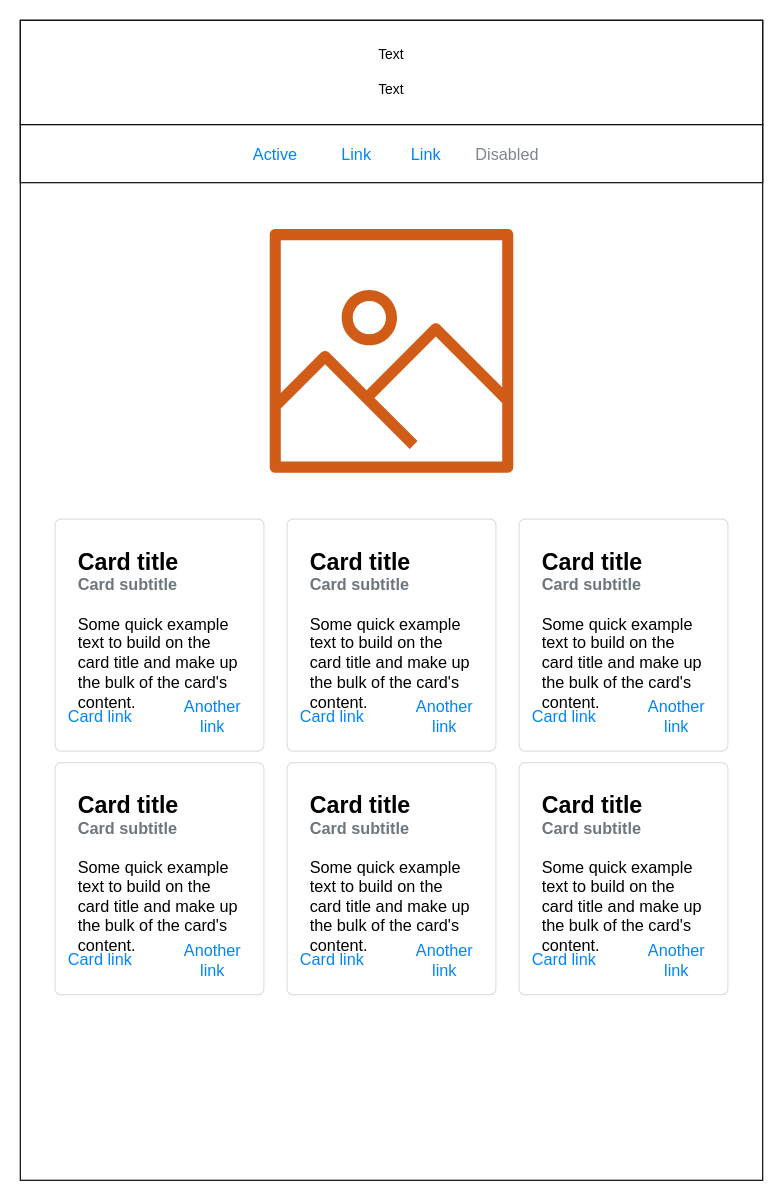
Earlier version of the draw.io diagram resto.drawio (JColin-dev/resto). Source tidied: cells renumbered, new cells numbered last; positions are measured from the earlier drawing's top-left corner, leaving out a move shared by most shapes. Both pictures are drawn from the tidied source at 116%, with x=0, y=0 at pixel (20, 20).
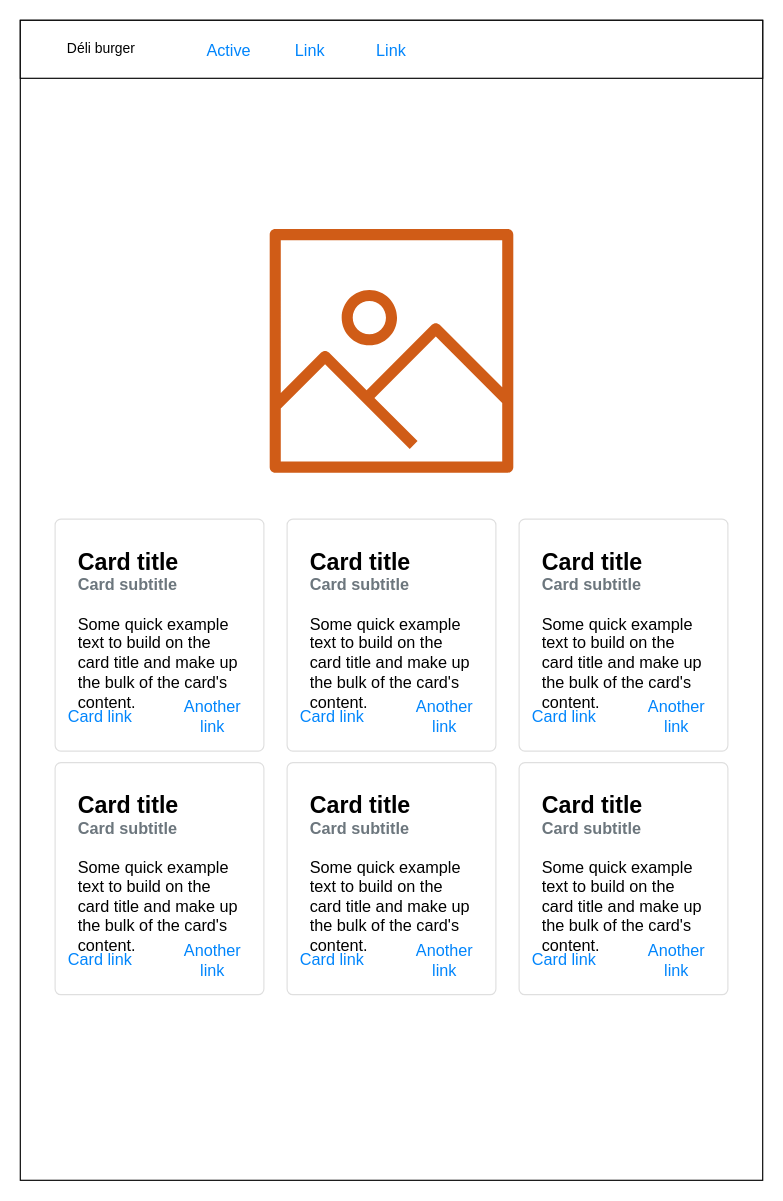
The same diagram, later.

What changed in the source:
```diff
@@
-    <mxCell id="3" style="rounded=0;whiteSpace=wrap;html=1;" parent="1" vertex="1">
-      <mxGeometry width="640" height="90" as="geometry" />
-    </mxCell>
-    <mxCell id="4" value="Text" style="text;html=1;strokeColor=none;fillColor=none;align=center;verticalAlign=middle;whiteSpace=wrap;rounded=0;" parent="1" vertex="1">
-      <mxGeometry x="300" y="20" width="40" height="20" as="geometry" />
-    </mxCell>
-    <mxCell id="5" value="Text" style="text;html=1;strokeColor=none;fillColor=none;align=center;verticalAlign=middle;whiteSpace=wrap;rounded=0;" parent="1" vertex="1">
-      <mxGeometry x="300" y="50" width="40" height="20" as="geometry" />
-    </mxCell>
     <mxCell id="6" style="rounded=0;whiteSpace=wrap;html=1;" parent="1" vertex="1">
-      <mxGeometry y="90" width="640" height="50" as="geometry" />
+      <mxGeometry width="640" height="50" as="geometry" />
     </mxCell>
     <mxCell id="7" value="Active" style="fillColor=none;strokeColor=none;fontSize=14;fontColor=#0085FC;" parent="1" vertex="1">
-      <mxGeometry x="180" y="100" width="80" height="30" as="geometry" />
+      <mxGeometry x="140" y="10" width="80" height="30" as="geometry" />
     </mxCell>
     <mxCell id="8" value="Link" style="fillColor=none;strokeColor=none;fontSize=14;fontColor=#0085FC;" parent="1" vertex="1">
-      <mxGeometry x="260" y="100" width="60" height="30" as="geometry" />
+      <mxGeometry x="220" y="10" width="60" height="30" as="geometry" />
     </mxCell>
     <mxCell id="9" value="Link" style="fillColor=none;strokeColor=none;fontSize=14;fontColor=#0085FC;" parent="1" vertex="1">
-      <mxGeometry x="320" y="100" width="60" height="30" as="geometry" />
+      <mxGeometry x="290" y="10" width="60" height="30" as="geometry" />
     </mxCell>
-    <mxCell id="10" value="Disabled" style="fillColor=none;strokeColor=none;fontSize=14;fontColor=#7D868C;" parent="1" vertex="1">
-      <mxGeometry x="380" y="100" width="80" height="30" as="geometry" />
-    </mxCell>
@@
+    <mxCell id="30" value="Déli burger" style="text;html=1;strokeColor=none;fillColor=none;align=center;verticalAlign=middle;whiteSpace=wrap;rounded=0;" parent="1" vertex="1">
+      <mxGeometry x="30" y="15" width="80" height="20" as="geometry" />
+    </mxCell>
```
